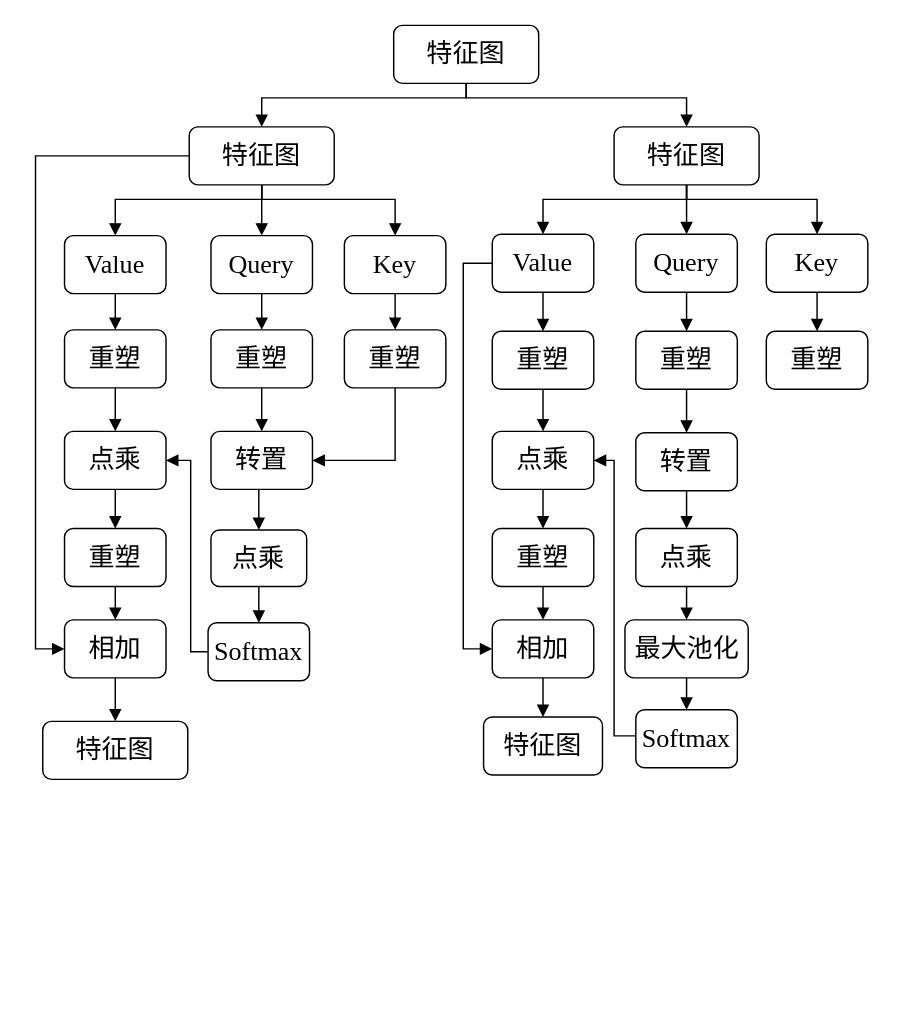
This is page "Page-2" (2 of 2) of Untitled Diagram.drawio from qiuluyi/Remote-sensing, a draw.io file, before an edit. Source tidied: cells renumbered, new cells numbered last; positions are measured from the earlier drawing's top-left corner, leaving out a move shared by most shapes. Both pictures are drawn from the tidied source at 145%, with x=0, y=0 at pixel (42, 25).
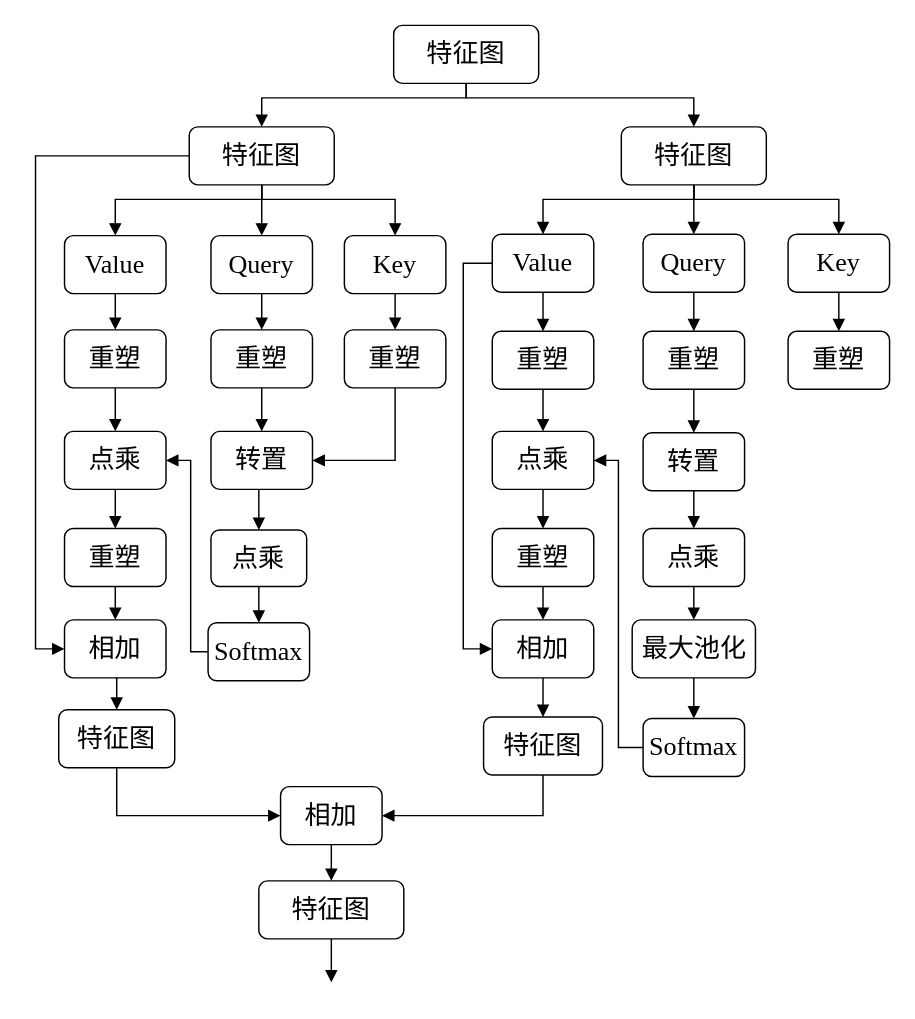
Above is the later version.

The change refers to these unchanged cells:
```xml
<mxCell id="4" value="特征图" style="rounded=1;whiteSpace=wrap;html=1;fontFamily=Times New Roman;fontSize=18;" parent="1" vertex="1">
  <mxGeometry x="242" width="100" height="40" as="geometry" />
</mxCell>
<mxCell id="34" value="Value" style="rounded=1;whiteSpace=wrap;html=1;fontFamily=Times New Roman;fontSize=18;" parent="1" vertex="1">
  <mxGeometry x="310" y="144" width="70" height="40" as="geometry" />
</mxCell>
<mxCell id="47" value="点乘" style="rounded=1;whiteSpace=wrap;html=1;fontFamily=Times New Roman;fontSize=18;" parent="1" vertex="1">
  <mxGeometry x="310" y="280" width="70" height="40" as="geometry" />
</mxCell>
<mxCell id="65" value="特征图" style="rounded=1;whiteSpace=wrap;html=1;fontFamily=Times New Roman;fontSize=18;" parent="1" vertex="1">
  <mxGeometry x="304" y="477" width="82" height="40" as="geometry" />
</mxCell>
```

The edit, as a diff of the source:
```diff
@@
-    <mxCell id="3" style="edgeStyle=orthogonalEdgeStyle;rounded=0;jettySize=auto;html=1;exitX=0.5;exitY=1;exitDx=0;exitDy=0;entryX=0.5;entryY=0;entryDx=0;entryDy=0;fontFamily=Times New Roman;fontSize=18;startArrow=none;startFill=0;endArrow=block;endFill=1;" parent="1" edge="1" source="4" target="13">
+    <mxCell id="3" style="edgeStyle=orthogonalEdgeStyle;rounded=0;jettySize=auto;html=1;exitX=0.5;exitY=1;exitDx=0;exitDy=0;fontFamily=Times New Roman;fontSize=18;startArrow=none;startFill=0;endArrow=block;endFill=1;entryX=0.5;entryY=0;entryDx=0;entryDy=0;" parent="1" edge="1" source="4" target="13">
       <mxGeometry relative="1" as="geometry">
         <Array as="points">
           <mxPoint x="292" y="50" />
-          <mxPoint x="444" y="50" />
+          <mxPoint x="449" y="50" />
         </Array>
       </mxGeometry>
     </mxCell>
@@
     <mxCell id="11" style="edgeStyle=orthogonalEdgeStyle;rounded=0;jettySize=auto;html=1;exitX=0.5;exitY=1;exitDx=0;exitDy=0;entryX=0.5;entryY=0;entryDx=0;entryDy=0;fontFamily=Times New Roman;fontSize=18;startArrow=none;startFill=0;endArrow=block;endFill=1;" parent="1" edge="1" source="13" target="34">
       <mxGeometry relative="1" as="geometry">
         <Array as="points">
-          <mxPoint x="444" y="120" />
+          <mxPoint x="449" y="120" />
           <mxPoint x="345" y="120" />
         </Array>
       </mxGeometry>
     </mxCell>
     <mxCell id="12" style="edgeStyle=orthogonalEdgeStyle;rounded=0;jettySize=auto;html=1;exitX=0.5;exitY=1;exitDx=0;exitDy=0;entryX=0.5;entryY=0;entryDx=0;entryDy=0;fontFamily=Times New Roman;fontSize=18;startArrow=none;startFill=0;endArrow=block;endFill=1;" parent="1" edge="1" source="13" target="38">
       <mxGeometry relative="1" as="geometry">
         <Array as="points">
-          <mxPoint x="444" y="120" />
-          <mxPoint x="534" y="120" />
+          <mxPoint x="449" y="120" />
+          <mxPoint x="549" y="120" />
         </Array>
       </mxGeometry>
     </mxCell>
     <mxCell id="13" value="特征图" style="rounded=1;whiteSpace=wrap;html=1;fontFamily=Times New Roman;fontSize=18;" parent="1" vertex="1">
-      <mxGeometry x="394" y="70" width="100" height="40" as="geometry" />
+      <mxGeometry x="399" y="70" width="100" height="40" as="geometry" />
     </mxCell>
@@
     <mxCell id="36" value="Query" style="rounded=1;whiteSpace=wrap;html=1;fontFamily=Times New Roman;fontSize=18;" parent="1" vertex="1">
-      <mxGeometry x="409" y="144" width="70" height="40" as="geometry" />
+      <mxGeometry x="414" y="144" width="70" height="40" as="geometry" />
     </mxCell>
@@
     <mxCell id="38" value="Key" style="rounded=1;whiteSpace=wrap;html=1;fontFamily=Times New Roman;fontSize=18;" parent="1" vertex="1">
-      <mxGeometry x="499" y="144" width="70" height="40" as="geometry" />
+      <mxGeometry x="514" y="144" width="70" height="40" as="geometry" />
     </mxCell>
@@
     <mxCell id="41" value="重塑" style="rounded=1;whiteSpace=wrap;html=1;fontFamily=Times New Roman;fontSize=18;" parent="1" vertex="1">
-      <mxGeometry x="499" y="211" width="70" height="40" as="geometry" />
+      <mxGeometry x="514" y="211" width="70" height="40" as="geometry" />
     </mxCell>
@@
     <mxCell id="43" value="重塑" style="rounded=1;whiteSpace=wrap;html=1;fontFamily=Times New Roman;fontSize=18;" parent="1" vertex="1">
-      <mxGeometry x="409" y="211" width="70" height="40" as="geometry" />
+      <mxGeometry x="414" y="211" width="70" height="40" as="geometry" />
     </mxCell>
@@
     <mxCell id="45" value="转置" style="rounded=1;whiteSpace=wrap;html=1;fontFamily=Times New Roman;fontSize=18;" parent="1" vertex="1">
-      <mxGeometry x="409" y="281" width="70" height="40" as="geometry" />
+      <mxGeometry x="414" y="281" width="70" height="40" as="geometry" />
     </mxCell>
@@
     <mxCell id="49" value="点乘" style="rounded=1;whiteSpace=wrap;html=1;fontFamily=Times New Roman;fontSize=18;" parent="1" vertex="1">
-      <mxGeometry x="409" y="347" width="70" height="40" as="geometry" />
+      <mxGeometry x="414" y="347" width="70" height="40" as="geometry" />
     </mxCell>
@@
+    <mxCell id="66" style="edgeStyle=orthogonalEdgeStyle;rounded=0;jettySize=auto;html=1;exitX=0.5;exitY=1;exitDx=0;exitDy=0;entryX=0;entryY=0.5;entryDx=0;entryDy=0;fontFamily=Times New Roman;fontSize=18;startArrow=none;startFill=0;endArrow=block;endFill=1;" parent="1" edge="1" source="56" target="69">
+      <mxGeometry relative="1" as="geometry" />
+    </mxCell>
     <mxCell id="56" value="特征图" style="rounded=1;whiteSpace=wrap;html=1;fontFamily=Times New Roman;fontSize=18;" parent="1" vertex="1">
-      <mxGeometry y="480" width="100" height="40" as="geometry" />
+      <mxGeometry x="11" y="472" width="80" height="40" as="geometry" />
     </mxCell>
@@
     <mxCell id="58" value="最大池化" style="rounded=1;whiteSpace=wrap;html=1;fontFamily=Times New Roman;fontSize=18;" parent="1" vertex="1">
-      <mxGeometry x="401.5" y="410" width="85" height="40" as="geometry" />
+      <mxGeometry x="406.5" y="410" width="85" height="40" as="geometry" />
     </mxCell>
@@
-    <mxCell id="61" style="edgeStyle=orthogonalEdgeStyle;rounded=0;jettySize=auto;html=1;exitX=0;exitY=0.5;exitDx=0;exitDy=0;entryX=1;entryY=0.5;entryDx=0;entryDy=0;fontFamily=Times New Roman;fontSize=18;startArrow=none;startFill=0;endArrow=block;endFill=1;" parent="1" edge="1" source="62" target="47">
+    <mxCell id="61" style="edgeStyle=orthogonalEdgeStyle;rounded=0;jettySize=auto;html=1;exitX=0;exitY=0.5;exitDx=0;exitDy=0;fontFamily=Times New Roman;fontSize=18;startArrow=none;startFill=0;endArrow=block;endFill=1;entryX=1;entryY=0.5;entryDx=0;entryDy=0;" parent="1" edge="1" source="62" target="47">
       <mxGeometry relative="1" as="geometry">
         <Array as="points">
-          <mxPoint x="394" y="490" />
-          <mxPoint x="394" y="300" />
+          <mxPoint x="397" y="498" />
+          <mxPoint x="397" y="300" />
         </Array>
       </mxGeometry>
     </mxCell>
     <mxCell id="62" value="Softmax" style="rounded=1;whiteSpace=wrap;html=1;fontFamily=Times New Roman;fontSize=18;" parent="1" vertex="1">
-      <mxGeometry x="409" y="472" width="70" height="40" as="geometry" />
+      <mxGeometry x="414" y="478" width="70" height="40" as="geometry" />
     </mxCell>
@@
+    <mxCell id="67" style="edgeStyle=orthogonalEdgeStyle;rounded=0;jettySize=auto;html=1;exitX=0.5;exitY=1;exitDx=0;exitDy=0;entryX=1;entryY=0.5;entryDx=0;entryDy=0;fontFamily=Times New Roman;fontSize=18;startArrow=none;startFill=0;endArrow=block;endFill=1;" parent="1" edge="1" source="65" target="69">
+      <mxGeometry relative="1" as="geometry" />
+    </mxCell>
@@
+    <mxCell id="68" style="edgeStyle=orthogonalEdgeStyle;rounded=0;jettySize=auto;html=1;exitX=0.5;exitY=1;exitDx=0;exitDy=0;entryX=0.5;entryY=0;entryDx=0;entryDy=0;fontFamily=Times New Roman;fontSize=18;startArrow=none;startFill=0;endArrow=block;endFill=1;" parent="1" edge="1" source="69" target="71">
+      <mxGeometry relative="1" as="geometry" />
+    </mxCell>
+    <mxCell id="69" value="相加" style="rounded=1;whiteSpace=wrap;html=1;fontFamily=Times New Roman;fontSize=18;" parent="1" vertex="1">
+      <mxGeometry x="164" y="525" width="70" height="40" as="geometry" />
+    </mxCell>
+    <mxCell id="70" style="edgeStyle=orthogonalEdgeStyle;rounded=0;jettySize=auto;html=1;exitX=0.5;exitY=1;exitDx=0;exitDy=0;fontFamily=Times New Roman;fontSize=18;startArrow=none;startFill=0;endArrow=block;endFill=1;" parent="1" edge="1" source="71">
+      <mxGeometry relative="1" as="geometry">
+        <mxPoint x="199" y="660" as="targetPoint" />
+      </mxGeometry>
+    </mxCell>
+    <mxCell id="71" value="特征图" style="rounded=1;whiteSpace=wrap;html=1;fontFamily=Times New Roman;fontSize=18;" parent="1" vertex="1">
+      <mxGeometry x="149" y="590" width="100" height="40" as="geometry" />
+    </mxCell>
```
